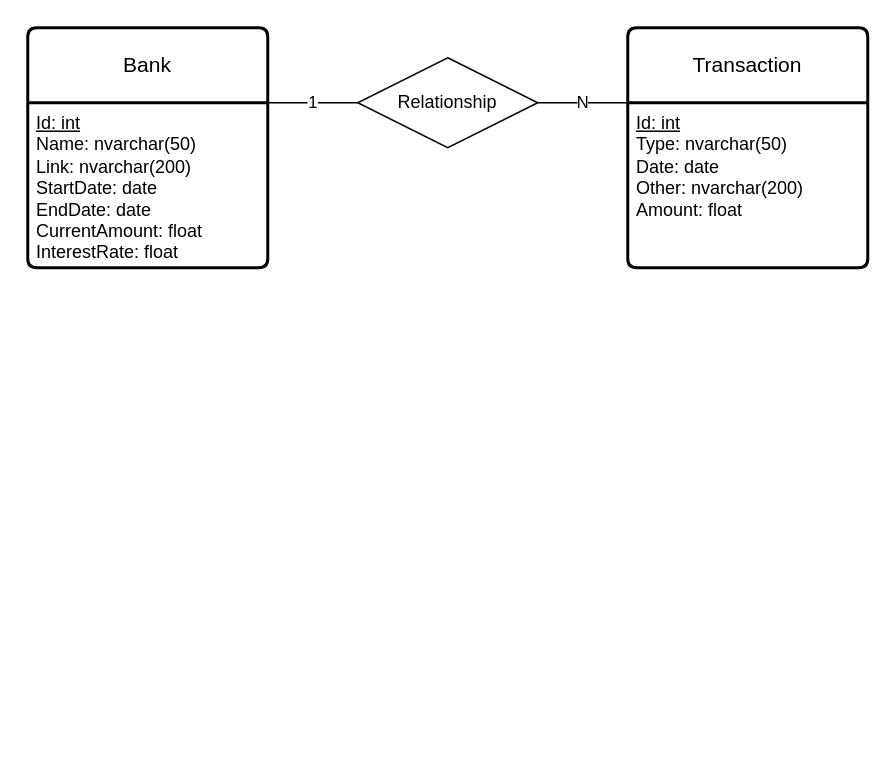
Above: Draw.io/Database_Schema.drawio in LukasTrust/rust_financial_manager (draw.io), before the change. Source tidied: cells renumbered, new cells numbered last; positions are measured from the earlier drawing's top-left corner, leaving out a move shared by most shapes. Both pictures are drawn from the tidied source at 150%, with x=0, y=0 at pixel (27, 27).
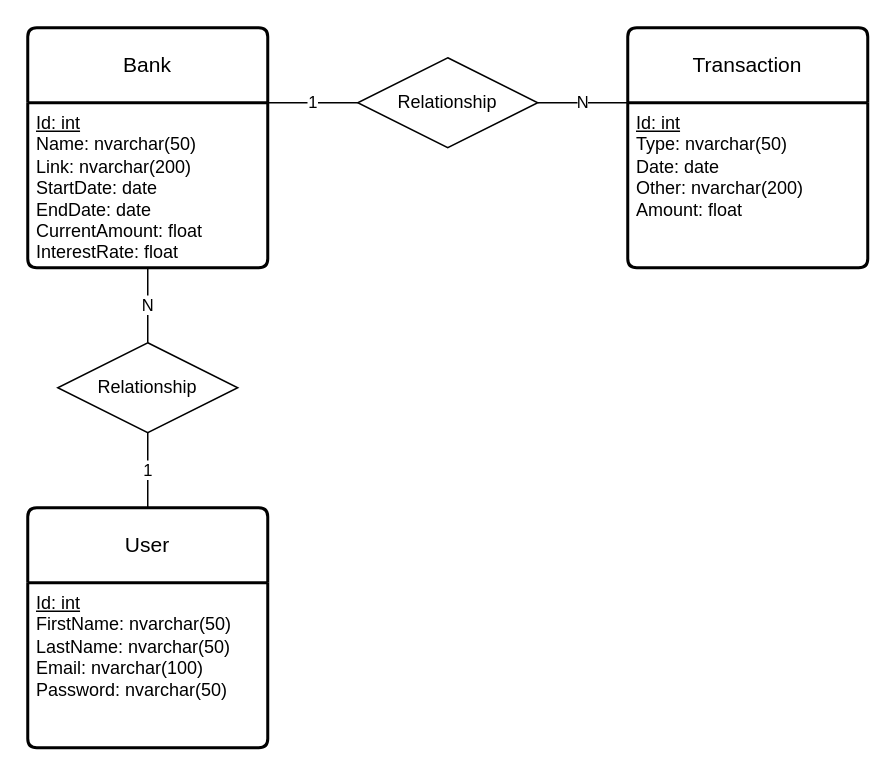
After the change.

Diff of the diagram source:
```diff
@@
 <mxGraphModel>
   <root>
     <mxCell id="0" />
     <mxCell id="1" parent="0" />
     <mxCell id="2" style="shape=partialRectangle;fillColor=none;top=0;left=0;bottom=0;right=0;overflow=hidden;whiteSpace=wrap;html=1;" parent="1" vertex="1">
       <mxGeometry x="10" y="130" width="30" height="30" as="geometry" />
     </mxCell>
     <mxCell id="3" value="Bank" style="swimlane;horizontal=1;startSize=50;rounded=1;fontSize=14;fontStyle=0;strokeWidth=2;shadow=0;dashed=0;align=center;arcSize=4;whiteSpace=wrap;html=1;" parent="1" vertex="1">
       <mxGeometry width="160" height="160" as="geometry" />
     </mxCell>
     <mxCell id="4" value="&lt;u&gt;Id: int&lt;/u&gt;&lt;div&gt;Name: nvarchar(50)&lt;/div&gt;&lt;div&gt;Link: nvarchar(200)&lt;/div&gt;&lt;div&gt;StartDate: date&lt;/div&gt;&lt;div&gt;EndDate: date&lt;/div&gt;&lt;div&gt;CurrentAmount: float&lt;/div&gt;&lt;div&gt;InterestRate: float&lt;br&gt;&lt;/div&gt;" style="align=left;strokeColor=none;fillColor=none;spacingLeft=4;fontSize=12;verticalAlign=top;html=1;" parent="3" vertex="1">
       <mxGeometry y="50" width="160" height="110" as="geometry" />
     </mxCell>
     <mxCell id="5" value="Transaction" style="swimlane;horizontal=1;startSize=50;rounded=1;fontSize=14;fontStyle=0;strokeWidth=2;shadow=0;dashed=0;align=center;arcSize=4;whiteSpace=wrap;html=1;" parent="1" vertex="1">
       <mxGeometry x="400" width="160" height="160" as="geometry" />
     </mxCell>
     <mxCell id="6" value="&lt;u&gt;Id: int&lt;/u&gt;&lt;div&gt;Type: nvarchar(50)&lt;/div&gt;&lt;div&gt;Date: date&lt;/div&gt;&lt;div&gt;Other: nvarchar(200)&lt;/div&gt;&lt;div&gt;Amount: float&lt;/div&gt;&lt;div&gt;&lt;br&gt;&lt;/div&gt;" style="align=left;strokeColor=none;fillColor=none;spacingLeft=4;fontSize=12;verticalAlign=top;html=1;" parent="5" vertex="1">
       <mxGeometry y="50" width="160" height="110" as="geometry" />
     </mxCell>
     <mxCell id="7" value="N" style="edgeStyle=none;shape=connector;rounded=0;jettySize=auto;html=1;exitX=1;exitY=0.5;exitDx=0;exitDy=0;entryX=0;entryY=0;entryDx=0;entryDy=0;strokeColor=default;align=center;verticalAlign=middle;fontFamily=Helvetica;fontSize=11;fontColor=default;labelBackgroundColor=default;endArrow=none;endFill=0;" parent="1" edge="1" source="8" target="6">
       <mxGeometry relative="1" as="geometry" />
     </mxCell>
     <mxCell id="8" value="Relationship" style="shape=rhombus;perimeter=rhombusPerimeter;whiteSpace=wrap;html=1;align=center;" parent="1" vertex="1">
       <mxGeometry x="220" y="20" width="120" height="60" as="geometry" />
     </mxCell>
     <mxCell id="9" value="1" style="edgeStyle=none;shape=connector;rounded=0;jettySize=auto;html=1;exitX=1;exitY=0;exitDx=0;exitDy=0;entryX=0;entryY=0.5;entryDx=0;entryDy=0;strokeColor=default;align=center;verticalAlign=middle;fontFamily=Helvetica;fontSize=11;fontColor=default;labelBackgroundColor=default;endArrow=none;endFill=0;" parent="1" edge="1" source="4" target="8">
       <mxGeometry relative="1" as="geometry" />
     </mxCell>
+    <mxCell id="10" value="1" style="edgeStyle=orthogonalEdgeStyle;rounded=0;jettySize=auto;html=1;exitX=0.5;exitY=0;exitDx=0;exitDy=0;entryX=0.5;entryY=1;entryDx=0;entryDy=0;endArrow=none;endFill=0;" parent="1" edge="1" source="11" target="14">
+      <mxGeometry relative="1" as="geometry" />
+    </mxCell>
+    <mxCell id="11" value="User" style="swimlane;horizontal=1;startSize=50;rounded=1;fontSize=14;fontStyle=0;strokeWidth=2;shadow=0;dashed=0;align=center;arcSize=4;whiteSpace=wrap;html=1;" parent="1" vertex="1">
+      <mxGeometry y="320" width="160" height="160" as="geometry" />
+    </mxCell>
+    <mxCell id="12" value="&lt;u&gt;Id: int&lt;/u&gt;&lt;div&gt;FirstName: nvarchar(50)&lt;/div&gt;&lt;div&gt;LastName: nvarchar(50)&lt;/div&gt;&lt;div&gt;Email: nvarchar(100)&lt;/div&gt;&lt;div&gt;Password: nvarchar(50)&lt;/div&gt;" style="align=left;strokeColor=none;fillColor=none;spacingLeft=4;fontSize=12;verticalAlign=top;html=1;" parent="11" vertex="1">
+      <mxGeometry y="50" width="160" height="110" as="geometry" />
+    </mxCell>
+    <mxCell id="13" value="N" style="edgeStyle=orthogonalEdgeStyle;shape=connector;rounded=0;jettySize=auto;html=1;exitX=0.5;exitY=0;exitDx=0;exitDy=0;entryX=0.5;entryY=1;entryDx=0;entryDy=0;strokeColor=default;align=center;verticalAlign=middle;fontFamily=Helvetica;fontSize=11;fontColor=default;labelBackgroundColor=default;endArrow=none;endFill=0;" parent="1" edge="1" source="14" target="4">
+      <mxGeometry relative="1" as="geometry" />
+    </mxCell>
+    <mxCell id="14" value="Relationship" style="shape=rhombus;perimeter=rhombusPerimeter;whiteSpace=wrap;html=1;align=center;" parent="1" vertex="1">
+      <mxGeometry x="20" y="210" width="120" height="60" as="geometry" />
+    </mxCell>
   </root>
 </mxGraphModel>
```
